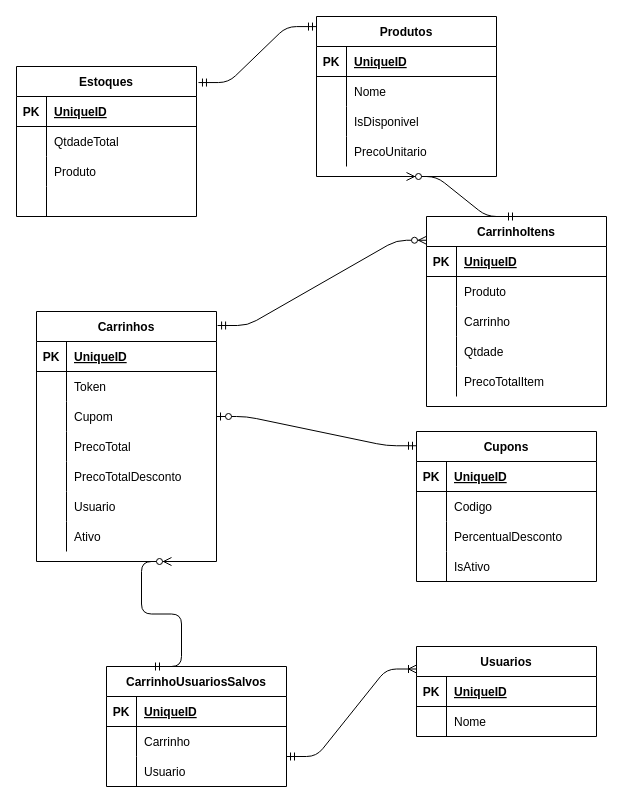
This is Untitled Diagram.drawio from andersonr/Cart, a draw.io file, before an edit. Source tidied: cells renumbered, new cells numbered last; positions are measured from the earlier drawing's top-left corner, leaving out a move shared by most shapes. Both pictures are drawn from the tidied source at 100%, with x=0, y=0 at pixel (16, 16).
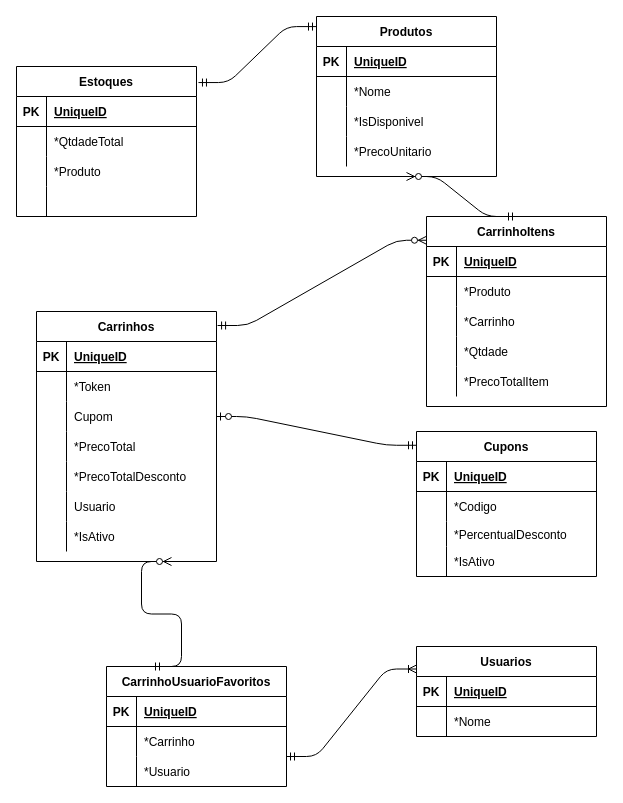
The same diagram, later.

Commit message:
doc: Atualização do MER

Unchanged cells that the change refers to:
```xml
<mxCell id="6" style="shape=partialRectangle;fillColor=none;top=0;left=0;bottom=0;right=0;" parent="2" vertex="1">
  <mxGeometry y="60" width="180" height="30" as="geometry" />
</mxCell>
<mxCell id="9" style="shape=partialRectangle;fillColor=none;top=0;left=0;bottom=0;right=0;" parent="2" vertex="1">
  <mxGeometry y="90" width="180" height="30" as="geometry" />
</mxCell>
<mxCell id="12" style="shape=partialRectangle;fillColor=none;top=0;left=0;bottom=0;right=0;" parent="2" vertex="1">
  <mxGeometry y="120" width="180" height="30" as="geometry" />
</mxCell>
<mxCell id="19" style="shape=partialRectangle;fillColor=none;top=0;left=0;bottom=0;right=0;" parent="15" vertex="1">
  <mxGeometry y="60" width="180" height="30" as="geometry" />
</mxCell>
<mxCell id="22" style="shape=partialRectangle;fillColor=none;top=0;left=0;bottom=0;right=0;" parent="15" vertex="1">
  <mxGeometry y="90" width="180" height="30" as="geometry" />
</mxCell>
<mxCell id="32" style="shape=partialRectangle;fillColor=none;top=0;left=0;bottom=0;right=0;" parent="28" vertex="1">
  <mxGeometry y="60" width="180" height="30" as="geometry" />
</mxCell>
<mxCell id="45" style="shape=partialRectangle;fillColor=none;top=0;left=0;bottom=0;right=0;" parent="41" vertex="1">
  <mxGeometry y="60" width="180" height="30" as="geometry" />
</mxCell>
<mxCell id="51" style="shape=partialRectangle;fillColor=none;top=0;left=0;bottom=0;right=0;" parent="41" vertex="1">
  <mxGeometry y="120" width="180" height="30" as="geometry" />
</mxCell>
<mxCell id="54" style="shape=partialRectangle;fillColor=none;top=0;left=0;bottom=0;right=0;" parent="41" vertex="1">
  <mxGeometry y="150" width="180" height="30" as="geometry" />
</mxCell>
<mxCell id="60" style="shape=partialRectangle;fillColor=none;top=0;left=0;bottom=0;right=0;" parent="41" vertex="1">
  <mxGeometry y="210" width="180" height="30" as="geometry" />
</mxCell>
<mxCell id="69" style="shape=partialRectangle;fillColor=none;top=0;left=0;bottom=0;right=0;" parent="65" vertex="1">
  <mxGeometry y="60" width="180" height="30" as="geometry" />
</mxCell>
<mxCell id="72" style="shape=partialRectangle;fillColor=none;top=0;left=0;bottom=0;right=0;" parent="65" vertex="1">
  <mxGeometry y="90" width="180" height="30" as="geometry" />
</mxCell>
<mxCell id="75" style="shape=partialRectangle;fillColor=none;top=0;left=0;bottom=0;right=0;" parent="65" vertex="1">
  <mxGeometry y="120" width="180" height="30" as="geometry" />
</mxCell>
<mxCell id="78" style="shape=partialRectangle;fillColor=none;top=0;left=0;bottom=0;right=0;" parent="65" vertex="1">
  <mxGeometry y="150" width="180" height="30" as="geometry" />
</mxCell>
<mxCell id="87" style="shape=partialRectangle;fillColor=none;top=0;left=0;bottom=0;right=0;" parent="83" vertex="1">
  <mxGeometry y="60" width="180" height="30" as="geometry" />
</mxCell>
<mxCell id="94" style="shape=partialRectangle;fillColor=none;top=0;left=0;bottom=0;right=0;" parent="90" vertex="1">
  <mxGeometry y="60" width="180" height="30" as="geometry" />
</mxCell>
<mxCell id="97" style="shape=partialRectangle;fillColor=none;top=0;left=0;bottom=0;right=0;" parent="90" vertex="1">
  <mxGeometry y="90" width="180" height="30" as="geometry" />
</mxCell>
```

Change to the diagram source:
```diff
@@
-    <mxCell id="8" value="Nome" style="shape=partialRectangle;fillColor=none;top=0;left=0;bottom=0;right=0;align=left;spacingLeft=6;overflow=hidden;" parent="6" vertex="1">
+    <mxCell id="8" value="*Nome" style="shape=partialRectangle;fillColor=none;top=0;left=0;bottom=0;right=0;align=left;spacingLeft=6;overflow=hidden;" parent="6" vertex="1">
       <mxGeometry x="30" width="150" height="30" as="geometry" />
     </mxCell>
@@
-    <mxCell id="11" value="IsDisponivel" style="shape=partialRectangle;fillColor=none;top=0;left=0;bottom=0;right=0;align=left;spacingLeft=6;overflow=hidden;" parent="9" vertex="1">
+    <mxCell id="11" value="*IsDisponivel" style="shape=partialRectangle;fillColor=none;top=0;left=0;bottom=0;right=0;align=left;spacingLeft=6;overflow=hidden;" parent="9" vertex="1">
       <mxGeometry x="30" width="150" height="30" as="geometry" />
     </mxCell>
@@
-    <mxCell id="14" value="PrecoUnitario" style="shape=partialRectangle;fillColor=none;top=0;left=0;bottom=0;right=0;align=left;spacingLeft=6;overflow=hidden;" parent="12" vertex="1">
+    <mxCell id="14" value="*PrecoUnitario" style="shape=partialRectangle;fillColor=none;top=0;left=0;bottom=0;right=0;align=left;spacingLeft=6;overflow=hidden;" parent="12" vertex="1">
       <mxGeometry x="30" width="150" height="30" as="geometry" />
     </mxCell>
@@
-    <mxCell id="21" value="QtdadeTotal" style="shape=partialRectangle;fillColor=none;top=0;left=0;bottom=0;right=0;align=left;spacingLeft=6;overflow=hidden;" parent="19" vertex="1">
+    <mxCell id="21" value="*QtdadeTotal" style="shape=partialRectangle;fillColor=none;top=0;left=0;bottom=0;right=0;align=left;spacingLeft=6;overflow=hidden;" parent="19" vertex="1">
       <mxGeometry x="30" width="150" height="30" as="geometry" />
     </mxCell>
@@
-    <mxCell id="24" value="Produto" style="shape=partialRectangle;fillColor=none;top=0;left=0;bottom=0;right=0;align=left;spacingLeft=6;overflow=hidden;" parent="22" vertex="1">
+    <mxCell id="24" value="*Produto" style="shape=partialRectangle;fillColor=none;top=0;left=0;bottom=0;right=0;align=left;spacingLeft=6;overflow=hidden;" parent="22" vertex="1">
       <mxGeometry x="30" width="150" height="30" as="geometry" />
     </mxCell>
@@
     <mxCell id="28" value="Cupons" style="shape=table;startSize=30;childLayout=tableLayout;rowLines=0;fontStyle=1;align=center;" parent="1" vertex="1">
-      <mxGeometry x="400" y="415" width="180" height="150" as="geometry" />
+      <mxGeometry x="400" y="415" width="180" height="145" as="geometry" />
     </mxCell>
@@
-    <mxCell id="34" value="Codigo" style="shape=partialRectangle;fillColor=none;top=0;left=0;bottom=0;right=0;align=left;spacingLeft=6;overflow=hidden;" parent="32" vertex="1">
+    <mxCell id="34" value="*Codigo" style="shape=partialRectangle;fillColor=none;top=0;left=0;bottom=0;right=0;align=left;spacingLeft=6;overflow=hidden;" parent="32" vertex="1">
       <mxGeometry x="30" width="150" height="30" as="geometry" />
     </mxCell>
     <mxCell id="35" style="shape=partialRectangle;fillColor=none;top=0;left=0;bottom=0;right=0;" parent="28" vertex="1">
-      <mxGeometry y="90" width="180" height="30" as="geometry" />
+      <mxGeometry y="90" width="180" height="25" as="geometry" />
     </mxCell>
     <mxCell id="36" style="shape=partialRectangle;fillColor=none;top=0;left=0;bottom=0;right=0;overflow=hidden;" parent="35" vertex="1">
-      <mxGeometry width="30" height="30" as="geometry" />
+      <mxGeometry width="30" height="25" as="geometry" />
     </mxCell>
-    <mxCell id="37" value="PercentualDesconto" style="shape=partialRectangle;fillColor=none;top=0;left=0;bottom=0;right=0;align=left;spacingLeft=6;overflow=hidden;" parent="35" vertex="1">
-      <mxGeometry x="30" width="150" height="30" as="geometry" />
+    <mxCell id="37" value="*PercentualDesconto" style="shape=partialRectangle;fillColor=none;top=0;left=0;bottom=0;right=0;align=left;spacingLeft=6;overflow=hidden;" parent="35" vertex="1">
+      <mxGeometry x="30" width="150" height="25" as="geometry" />
     </mxCell>
     <mxCell id="38" style="shape=partialRectangle;fillColor=none;top=0;left=0;bottom=0;right=0;" parent="28" vertex="1">
-      <mxGeometry y="120" width="180" height="30" as="geometry" />
+      <mxGeometry y="115" width="180" height="30" as="geometry" />
     </mxCell>
@@
-    <mxCell id="40" value="IsAtivo" style="shape=partialRectangle;fillColor=none;top=0;left=0;bottom=0;right=0;align=left;spacingLeft=6;overflow=hidden;" parent="38" vertex="1">
+    <mxCell id="40" value="*IsAtivo" style="shape=partialRectangle;fillColor=none;top=0;left=0;bottom=0;right=0;align=left;spacingLeft=6;overflow=hidden;" parent="38" vertex="1">
       <mxGeometry x="30" width="150" height="30" as="geometry" />
     </mxCell>
@@
-    <mxCell id="47" value="Token" style="shape=partialRectangle;fillColor=none;top=0;left=0;bottom=0;right=0;align=left;spacingLeft=6;overflow=hidden;" parent="45" vertex="1">
+    <mxCell id="47" value="*Token" style="shape=partialRectangle;fillColor=none;top=0;left=0;bottom=0;right=0;align=left;spacingLeft=6;overflow=hidden;" parent="45" vertex="1">
       <mxGeometry x="30" width="150" height="30" as="geometry" />
     </mxCell>
@@
-    <mxCell id="53" value="PrecoTotal" style="shape=partialRectangle;fillColor=none;top=0;left=0;bottom=0;right=0;align=left;spacingLeft=6;overflow=hidden;" parent="51" vertex="1">
+    <mxCell id="53" value="*PrecoTotal" style="shape=partialRectangle;fillColor=none;top=0;left=0;bottom=0;right=0;align=left;spacingLeft=6;overflow=hidden;" parent="51" vertex="1">
       <mxGeometry x="30" width="150" height="30" as="geometry" />
     </mxCell>
@@
-    <mxCell id="56" value="PrecoTotalDesconto" style="shape=partialRectangle;fillColor=none;top=0;left=0;bottom=0;right=0;align=left;spacingLeft=6;overflow=hidden;" parent="54" vertex="1">
+    <mxCell id="56" value="*PrecoTotalDesconto" style="shape=partialRectangle;fillColor=none;top=0;left=0;bottom=0;right=0;align=left;spacingLeft=6;overflow=hidden;" parent="54" vertex="1">
       <mxGeometry x="30" width="150" height="30" as="geometry" />
     </mxCell>
@@
-    <mxCell id="62" value="Ativo" style="shape=partialRectangle;fillColor=none;top=0;left=0;bottom=0;right=0;align=left;spacingLeft=6;overflow=hidden;" parent="60" vertex="1">
+    <mxCell id="62" value="*IsAtivo" style="shape=partialRectangle;fillColor=none;top=0;left=0;bottom=0;right=0;align=left;spacingLeft=6;overflow=hidden;" parent="60" vertex="1">
       <mxGeometry x="30" width="150" height="30" as="geometry" />
     </mxCell>
@@
-    <mxCell id="71" value="Produto" style="shape=partialRectangle;fillColor=none;top=0;left=0;bottom=0;right=0;align=left;spacingLeft=6;overflow=hidden;" parent="69" vertex="1">
+    <mxCell id="71" value="*Produto" style="shape=partialRectangle;fillColor=none;top=0;left=0;bottom=0;right=0;align=left;spacingLeft=6;overflow=hidden;" parent="69" vertex="1">
       <mxGeometry x="30" width="150" height="30" as="geometry" />
     </mxCell>
@@
-    <mxCell id="74" value="Carrinho" style="shape=partialRectangle;fillColor=none;top=0;left=0;bottom=0;right=0;align=left;spacingLeft=6;overflow=hidden;" parent="72" vertex="1">
+    <mxCell id="74" value="*Carrinho" style="shape=partialRectangle;fillColor=none;top=0;left=0;bottom=0;right=0;align=left;spacingLeft=6;overflow=hidden;" parent="72" vertex="1">
       <mxGeometry x="30" width="150" height="30" as="geometry" />
     </mxCell>
@@
-    <mxCell id="77" value="Qtdade" style="shape=partialRectangle;fillColor=none;top=0;left=0;bottom=0;right=0;align=left;spacingLeft=6;overflow=hidden;" parent="75" vertex="1">
+    <mxCell id="77" value="*Qtdade" style="shape=partialRectangle;fillColor=none;top=0;left=0;bottom=0;right=0;align=left;spacingLeft=6;overflow=hidden;" parent="75" vertex="1">
       <mxGeometry x="30" width="150" height="30" as="geometry" />
     </mxCell>
@@
-    <mxCell id="80" value="PrecoTotalItem" style="shape=partialRectangle;fillColor=none;top=0;left=0;bottom=0;right=0;align=left;spacingLeft=6;overflow=hidden;" parent="78" vertex="1">
+    <mxCell id="80" value="*PrecoTotalItem" style="shape=partialRectangle;fillColor=none;top=0;left=0;bottom=0;right=0;align=left;spacingLeft=6;overflow=hidden;" parent="78" vertex="1">
       <mxGeometry x="30" width="150" height="30" as="geometry" />
     </mxCell>
@@
-    <mxCell id="89" value="Nome" style="shape=partialRectangle;fillColor=none;top=0;left=0;bottom=0;right=0;align=left;spacingLeft=6;overflow=hidden;" parent="87" vertex="1">
+    <mxCell id="89" value="*Nome" style="shape=partialRectangle;fillColor=none;top=0;left=0;bottom=0;right=0;align=left;spacingLeft=6;overflow=hidden;" parent="87" vertex="1">
       <mxGeometry x="30" width="150" height="30" as="geometry" />
     </mxCell>
-    <mxCell id="90" value="CarrinhoUsuariosSalvos" style="shape=table;startSize=30;childLayout=tableLayout;rowLines=0;fontStyle=1;align=center;" parent="1" vertex="1">
+    <mxCell id="90" value="CarrinhoUsuarioFavoritos" style="shape=table;startSize=30;childLayout=tableLayout;rowLines=0;fontStyle=1;align=center;" parent="1" vertex="1">
       <mxGeometry x="90" y="650" width="180" height="120" as="geometry" />
     </mxCell>
@@
-    <mxCell id="96" value="Carrinho" style="shape=partialRectangle;fillColor=none;top=0;left=0;bottom=0;right=0;align=left;spacingLeft=6;overflow=hidden;" parent="94" vertex="1">
+    <mxCell id="96" value="*Carrinho" style="shape=partialRectangle;fillColor=none;top=0;left=0;bottom=0;right=0;align=left;spacingLeft=6;overflow=hidden;" parent="94" vertex="1">
       <mxGeometry x="30" width="150" height="30" as="geometry" />
     </mxCell>
@@
-    <mxCell id="99" value="Usuario" style="shape=partialRectangle;fillColor=none;top=0;left=0;bottom=0;right=0;align=left;spacingLeft=6;overflow=hidden;" parent="97" vertex="1">
+    <mxCell id="99" value="*Usuario" style="shape=partialRectangle;fillColor=none;top=0;left=0;bottom=0;right=0;align=left;spacingLeft=6;overflow=hidden;" parent="97" vertex="1">
       <mxGeometry x="30" width="150" height="30" as="geometry" />
     </mxCell>
```
